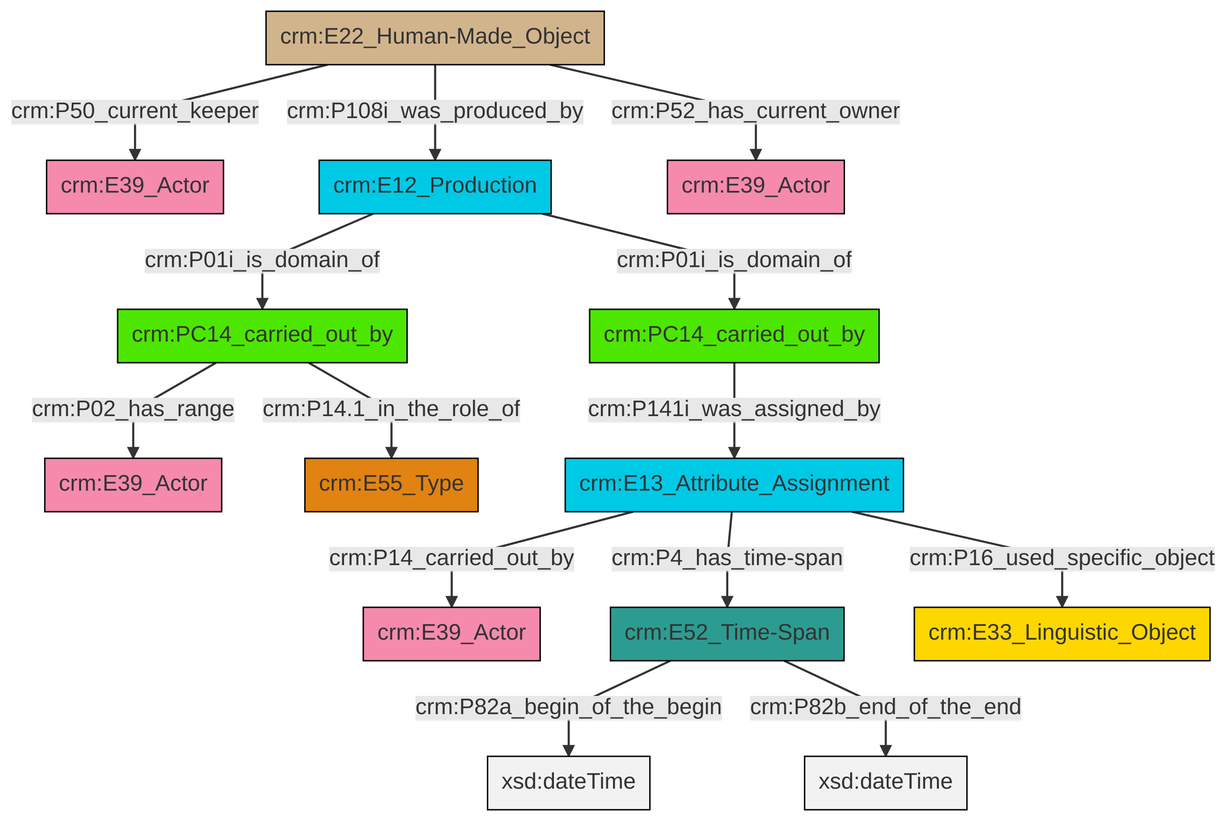
This is et/carrierCSV/ttl/mmd/png/carrier_relations.png from swiss-art-research-net/docs.swissartresearch, a Mermaid export, as it was before one commit. Its source is kept beside it as et/carrierCSV/ttl/mmd/carrier_relations.ttl.mmd.
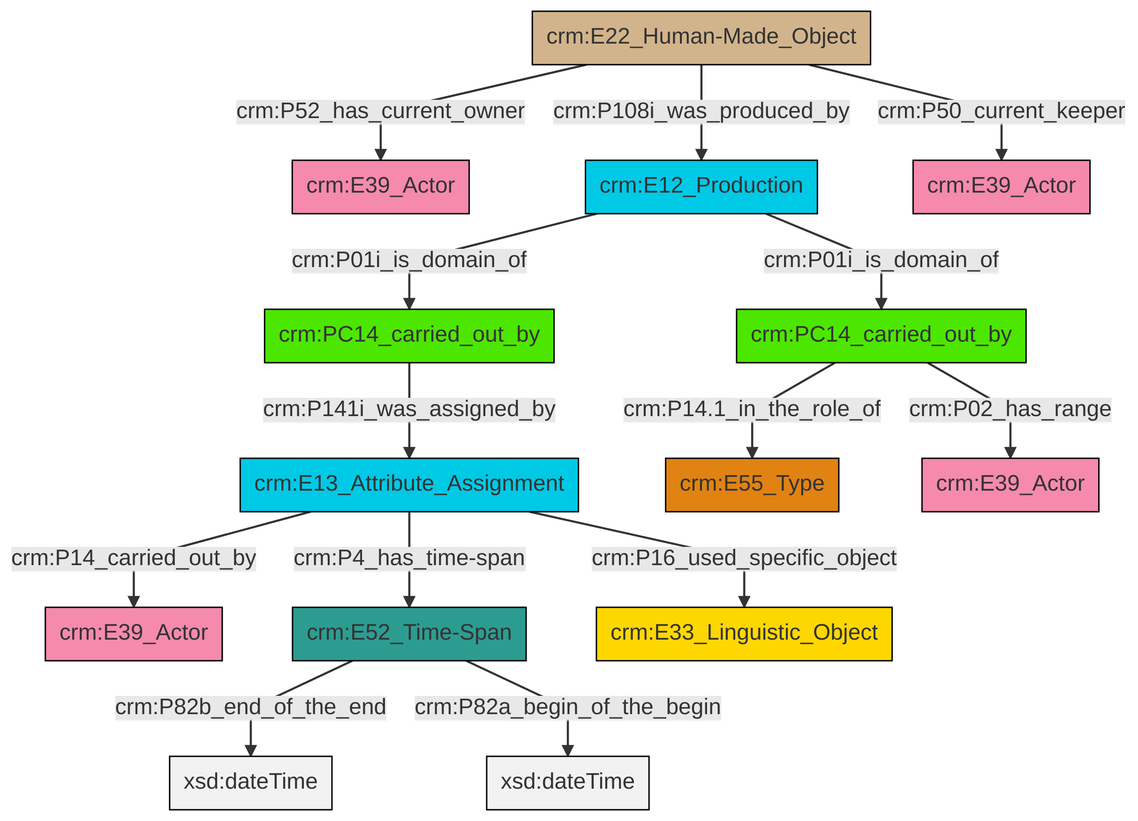
Above is the later version.

What changed in the source:
```diff
@@ -13,16 +13,16 @@
 classDef PC_Classes fill:#4ce600, stroke:#000000;
 classDef Multi fill:#cccccc,stroke:#000000;
 
-0["crm:PC14_carried_out_by"]:::PC_Classes -->|crm:P02_has_range| 1["crm:E39_Actor"]:::Actor
-4["crm:E22_Human-Made_Object"]:::Physical_Thing -->|crm:P50_current_keeper| 5["crm:E39_Actor"]:::Actor
-8["crm:E13_Attribute_Assignment"]:::Temporal_Entity -->|crm:P14_carried_out_by| 9["crm:E39_Actor"]:::Actor
-4["crm:E22_Human-Made_Object"]:::Physical_Thing -->|crm:P52_has_current_owner| 12["crm:E39_Actor"]:::Actor
-8["crm:E13_Attribute_Assignment"]:::Temporal_Entity -->|crm:P16_used_specific_object| 13["crm:E33_Linguistic_Object"]:::Conceptual_Object
-4["crm:E22_Human-Made_Object"]:::Physical_Thing -->|crm:P108i_was_produced_by| 6["crm:E12_Production"]:::Temporal_Entity
-6["crm:E12_Production"]:::Temporal_Entity -->|crm:P01i_is_domain_of| 0["crm:PC14_carried_out_by"]:::PC_Classes
-10["crm:E52_Time-Span"]:::Time-Span -->|crm:P82a_begin_of_the_begin| 20[xsd:dateTime]:::Literal
-21["crm:PC14_carried_out_by"]:::PC_Classes -->|crm:P141i_was_assigned_by| 8["crm:E13_Attribute_Assignment"]:::Temporal_Entity
-0["crm:PC14_carried_out_by"]:::PC_Classes -->|crm:P14.1_in_the_role_of| 2["crm:E55_Type"]:::Type
-10["crm:E52_Time-Span"]:::Time-Span -->|crm:P82b_end_of_the_end| 25[xsd:dateTime]:::Literal
-8["crm:E13_Attribute_Assignment"]:::Temporal_Entity -->|crm:P4_has_time-span| 10["crm:E52_Time-Span"]:::Time-Span
-6["crm:E12_Production"]:::Temporal_Entity -->|crm:P01i_is_domain_of| 21["crm:PC14_carried_out_by"]:::PC_Classes
+0["crm:PC14_carried_out_by"]:::PC_Classes -->|crm:P141i_was_assigned_by| 1["crm:E13_Attribute_Assignment"]:::Temporal_Entity
+2["crm:E22_Human-Made_Object"]:::Physical_Thing -->|crm:P52_has_current_owner| 3["crm:E39_Actor"]:::Actor
+1["crm:E13_Attribute_Assignment"]:::Temporal_Entity -->|crm:P14_carried_out_by| 4["crm:E39_Actor"]:::Actor
+5["crm:E12_Production"]:::Temporal_Entity -->|crm:P01i_is_domain_of| 6["crm:PC14_carried_out_by"]:::PC_Classes
+2["crm:E22_Human-Made_Object"]:::Physical_Thing -->|crm:P50_current_keeper| 7["crm:E39_Actor"]:::Actor
+1["crm:E13_Attribute_Assignment"]:::Temporal_Entity -->|crm:P16_used_specific_object| 14["crm:E33_Linguistic_Object"]:::Conceptual_Object
+8["crm:E52_Time-Span"]:::Time-Span -->|crm:P82b_end_of_the_end| 15[xsd:dateTime]:::Literal
+2["crm:E22_Human-Made_Object"]:::Physical_Thing -->|crm:P108i_was_produced_by| 5["crm:E12_Production"]:::Temporal_Entity
+6["crm:PC14_carried_out_by"]:::PC_Classes -->|crm:P02_has_range| 17["crm:E39_Actor"]:::Actor
+1["crm:E13_Attribute_Assignment"]:::Temporal_Entity -->|crm:P4_has_time-span| 8["crm:E52_Time-Span"]:::Time-Span
+8["crm:E52_Time-Span"]:::Time-Span -->|crm:P82a_begin_of_the_begin| 23[xsd:dateTime]:::Literal
+6["crm:PC14_carried_out_by"]:::PC_Classes -->|crm:P14.1_in_the_role_of| 12["crm:E55_Type"]:::Type
+5["crm:E12_Production"]:::Temporal_Entity -->|crm:P01i_is_domain_of| 0["crm:PC14_carried_out_by"]:::PC_Classes
```
